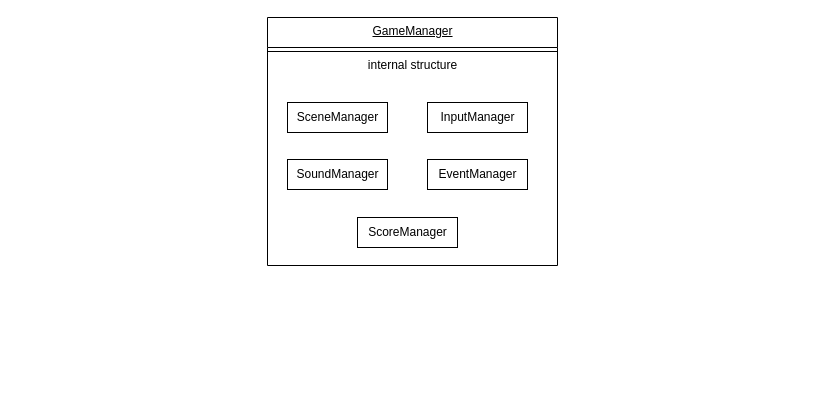
The draw.io diagram page "Arch" (1 of 5) of design.drawio in khasang12/dunk-shot-phaser, before the edit. Source tidied: cells renumbered, new cells numbered last; positions are measured from the earlier drawing's top-left corner, leaving out a move shared by most shapes. Both pictures are drawn from the tidied source at 100%, with x=0, y=0 at pixel (257, 17).
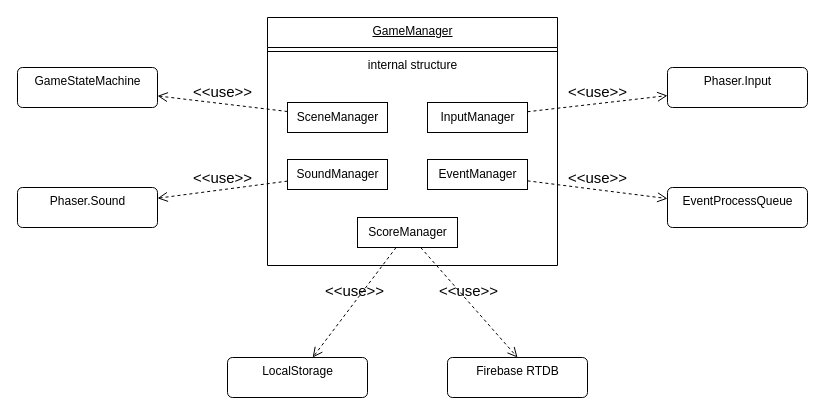
The same diagram, later.

Unchanged cells that the change refers to:
```xml
<mxCell id="6" value="SceneManager" style="html=1;align=center;verticalAlign=middle;" parent="5" vertex="1">
  <mxGeometry width="100" height="30" relative="1" as="geometry">
    <mxPoint x="20" y="27" as="offset" />
  </mxGeometry>
</mxCell>
<mxCell id="8" value="InputManager" style="html=1;align=center;verticalAlign=middle;" parent="7" vertex="1">
  <mxGeometry width="100" height="30" relative="1" as="geometry">
    <mxPoint x="10" y="10" as="offset" />
  </mxGeometry>
</mxCell>
<mxCell id="10" value="SoundManager" style="html=1;align=center;verticalAlign=middle;" parent="9" vertex="1">
  <mxGeometry width="100" height="30" relative="1" as="geometry">
    <mxPoint x="30" y="32" as="offset" />
  </mxGeometry>
</mxCell>
<mxCell id="12" value="EventManager" style="html=1;align=center;verticalAlign=middle;" parent="11" vertex="1">
  <mxGeometry width="100" height="30" relative="1" as="geometry">
    <mxPoint x="10" y="10" as="offset" />
  </mxGeometry>
</mxCell>
<mxCell id="14" value="ScoreManager" style="html=1;align=center;verticalAlign=middle;" parent="13" vertex="1">
  <mxGeometry width="100" height="30" relative="1" as="geometry">
    <mxPoint x="10" y="10" as="offset" />
  </mxGeometry>
</mxCell>
```

Change to the diagram source:
```diff
@@
+    <mxCell id="15" value="GameStateMachine" style="html=1;align=center;verticalAlign=top;rounded=1;absoluteArcSize=1;arcSize=10;dashed=0;" parent="1" vertex="1">
+      <mxGeometry x="-240" y="50" width="140" height="40" as="geometry" />
+    </mxCell>
+    <mxCell id="16" value="&amp;lt;&amp;lt;use&amp;gt;&amp;gt;" style="endArrow=open;startArrow=none;endFill=0;startFill=0;endSize=8;html=1;verticalAlign=bottom;dashed=1;labelBackgroundColor=none;fontSize=15;" parent="1" edge="1" source="6" target="15">
+      <mxGeometry relative="1" as="geometry" />
+    </mxCell>
+    <mxCell id="17" value="LocalStorage" style="html=1;align=center;verticalAlign=top;rounded=1;absoluteArcSize=1;arcSize=10;dashed=0;" parent="1" vertex="1">
+      <mxGeometry x="-30" y="340" width="140" height="40" as="geometry" />
+    </mxCell>
+    <mxCell id="18" value="&amp;lt;&amp;lt;use&amp;gt;&amp;gt;" style="endArrow=open;startArrow=none;endFill=0;startFill=0;endSize=8;html=1;verticalAlign=bottom;dashed=1;labelBackgroundColor=none;fontSize=15;" parent="1" edge="1" source="14" target="17">
+      <mxGeometry relative="1" as="geometry" />
+    </mxCell>
+    <mxCell id="19" value="Firebase RTDB" style="html=1;align=center;verticalAlign=top;rounded=1;absoluteArcSize=1;arcSize=10;dashed=0;" parent="1" vertex="1">
+      <mxGeometry x="190" y="340" width="140" height="40" as="geometry" />
+    </mxCell>
+    <mxCell id="20" value="&amp;lt;&amp;lt;use&amp;gt;&amp;gt;" style="endArrow=open;startArrow=none;endFill=0;startFill=0;endSize=8;html=1;verticalAlign=bottom;dashed=1;labelBackgroundColor=none;fontSize=15;entryX=0.5;entryY=0;entryDx=0;entryDy=0;" parent="1" edge="1" source="14" target="19">
+      <mxGeometry relative="1" as="geometry" />
+    </mxCell>
+    <mxCell id="21" value="Phaser.Sound" style="html=1;align=center;verticalAlign=top;rounded=1;absoluteArcSize=1;arcSize=10;dashed=0;" parent="1" vertex="1">
+      <mxGeometry x="-240" y="170" width="140" height="40" as="geometry" />
+    </mxCell>
+    <mxCell id="22" value="&amp;lt;&amp;lt;use&amp;gt;&amp;gt;" style="endArrow=open;startArrow=none;endFill=0;startFill=0;endSize=8;html=1;verticalAlign=bottom;dashed=1;labelBackgroundColor=none;fontSize=15;" parent="1" edge="1" source="10" target="21">
+      <mxGeometry relative="1" as="geometry" />
+    </mxCell>
+    <mxCell id="23" value="Phaser.Input" style="html=1;align=center;verticalAlign=top;rounded=1;absoluteArcSize=1;arcSize=10;dashed=0;" parent="1" vertex="1">
+      <mxGeometry x="410" y="50" width="140" height="40" as="geometry" />
+    </mxCell>
+    <mxCell id="24" value="&amp;lt;&amp;lt;use&amp;gt;&amp;gt;" style="endArrow=open;startArrow=none;endFill=0;startFill=0;endSize=8;html=1;verticalAlign=bottom;dashed=1;labelBackgroundColor=none;fontSize=15;" parent="1" edge="1" source="8" target="23">
+      <mxGeometry relative="1" as="geometry" />
+    </mxCell>
+    <mxCell id="25" value="EventProcessQueue" style="html=1;align=center;verticalAlign=top;rounded=1;absoluteArcSize=1;arcSize=10;dashed=0;" parent="1" vertex="1">
+      <mxGeometry x="410" y="170" width="140" height="40" as="geometry" />
+    </mxCell>
+    <mxCell id="26" value="&amp;lt;&amp;lt;use&amp;gt;&amp;gt;" style="endArrow=open;startArrow=none;endFill=0;startFill=0;endSize=8;html=1;verticalAlign=bottom;dashed=1;labelBackgroundColor=none;fontSize=15;" parent="1" edge="1" source="12" target="25">
+      <mxGeometry relative="1" as="geometry" />
+    </mxCell>
```
